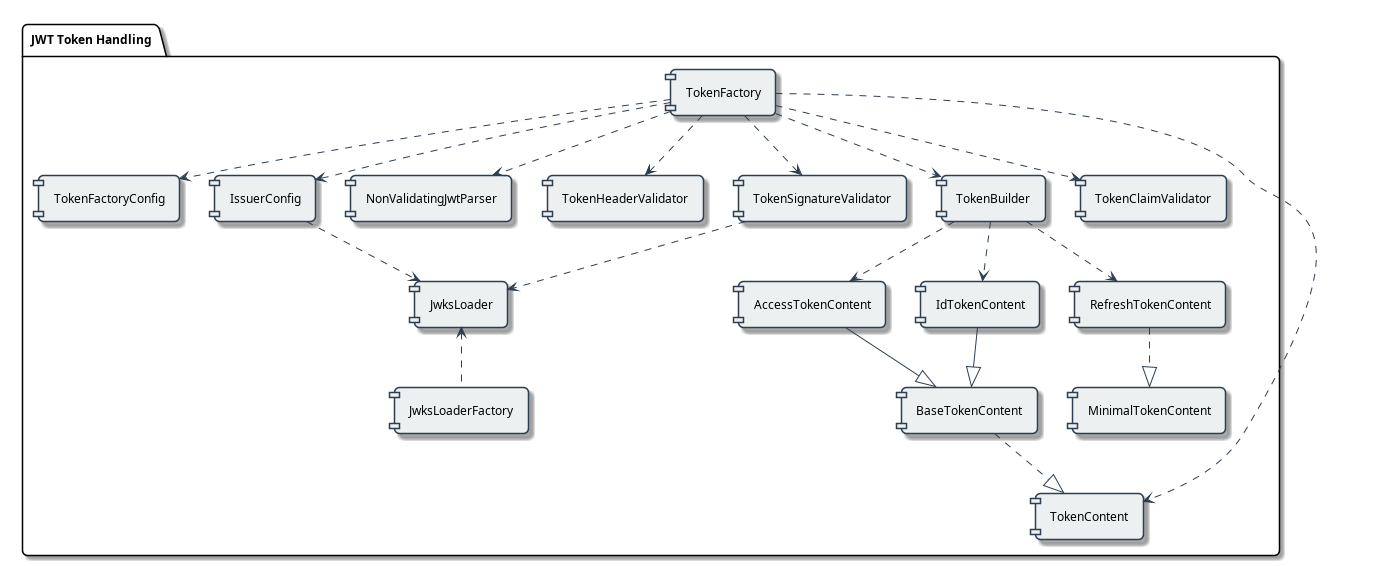
Above: doc/plantuml/component-overview.png in cuioss/cui-jwt-validation (PlantUML), before the change. Its source is kept beside it as doc/plantuml/component-overview.puml.
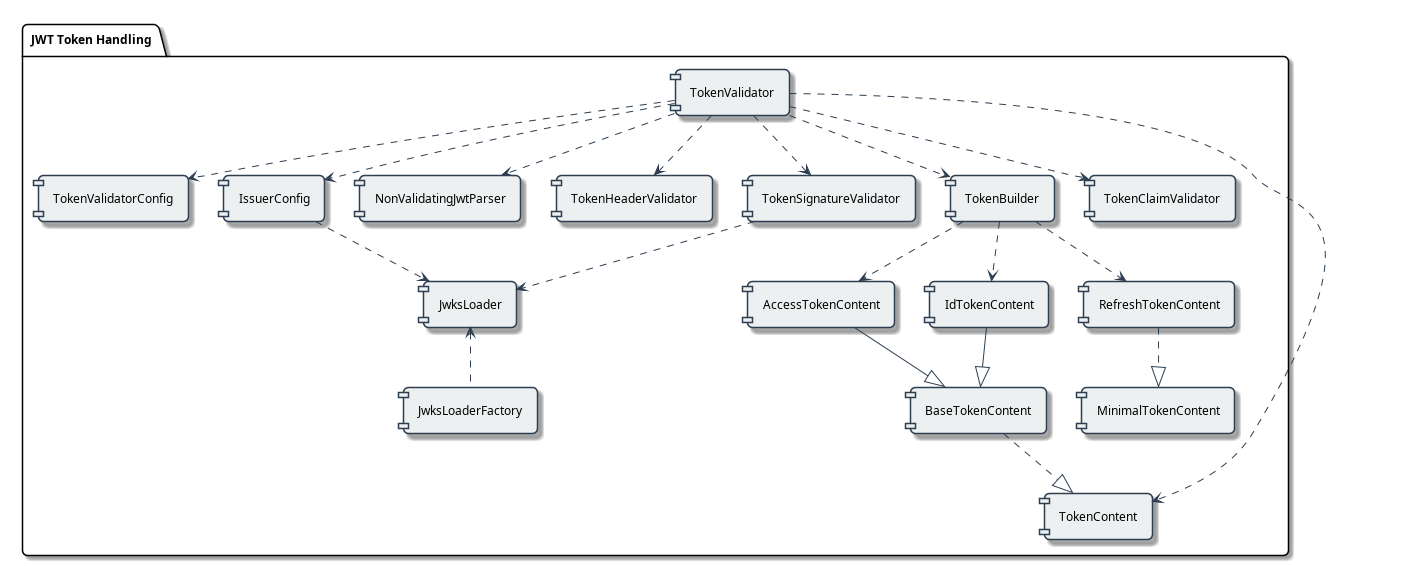
Later version of the same file.

Change to the diagram source:
```diff
@@ -2,14 +2,14 @@
 !include plantuml.skin
 
 package "JWT Token Handling" {
-  [TokenFactory] ..> [TokenFactoryConfig]
-  [TokenFactory] ..> [IssuerConfig]
-  [TokenFactory] ..> [NonValidatingJwtParser]
-  [TokenFactory] ..> [TokenHeaderValidator]
-  [TokenFactory] ..> [TokenSignatureValidator]
-  [TokenFactory] ..> [TokenBuilder]
-  [TokenFactory] ..> [TokenClaimValidator]
-  [TokenFactory] ..> [TokenContent]
+  [TokenValidator] ..> [TokenValidatorConfig]
+  [TokenValidator] ..> [IssuerConfig]
+  [TokenValidator] ..> [NonValidatingJwtParser]
+  [TokenValidator] ..> [TokenHeaderValidator]
+  [TokenValidator] ..> [TokenSignatureValidator]
+  [TokenValidator] ..> [TokenBuilder]
+  [TokenValidator] ..> [TokenClaimValidator]
+  [TokenValidator] ..> [TokenContent]
   [TokenSignatureValidator] ..> [JwksLoader]
   [IssuerConfig] ..> [JwksLoader]
   [JwksLoader] <.. [JwksLoaderFactory]
```
